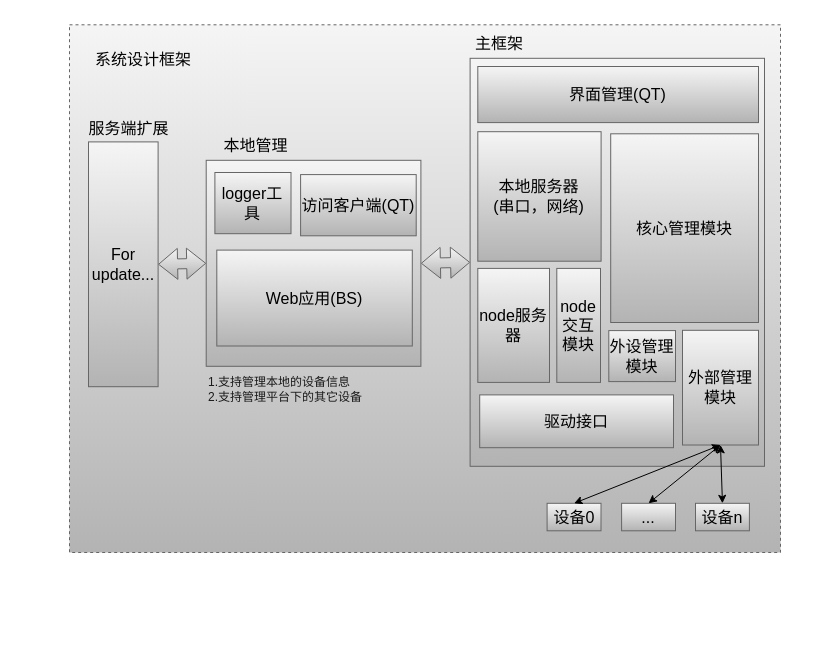
zc110747/remote_manage keeps this draw.io diagram as page "主框架" (1 of 3) of document/Firmware.drawio. Above is the earlier version. Source tidied: cells renumbered, new cells numbered last; positions are measured from the earlier drawing's top-left corner, leaving out a move shared by most shapes. Both pictures are drawn from the tidied source at 100%, with x=0, y=0 at pixel (17, 17).
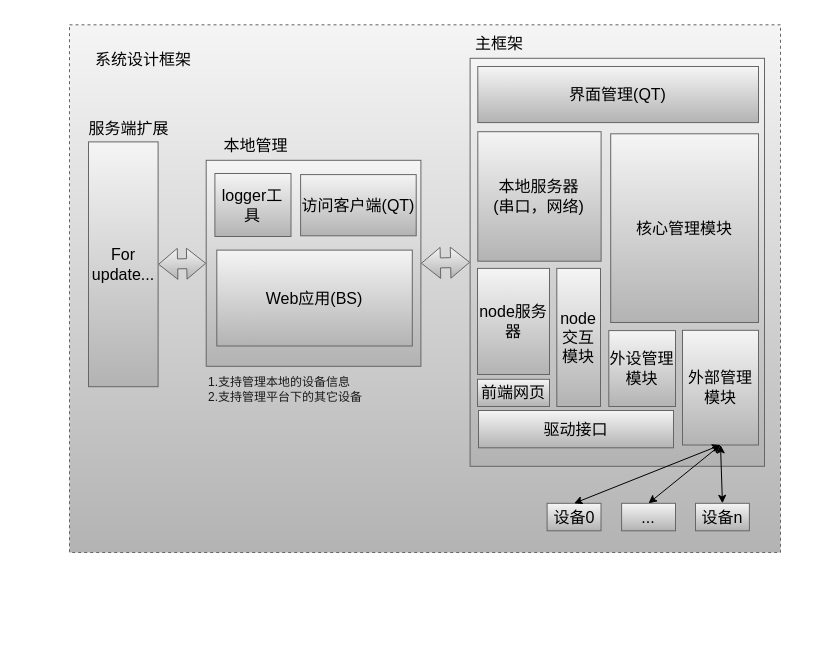
The same diagram, later.

The change refers to these unchanged cells:
```xml
<mxCell id="2" style="group;" parent="1" vertex="1">
  <mxGeometry width="795" height="612" as="geometry" />
</mxCell>
```

Change to the diagram source:
```diff
@@
     <mxCell id="11" value="驱动接口" style="rounded=0;whiteSpace=wrap;html=1;fontSize=16;fillColor=#f5f5f5;gradientColor=#b3b3b3;strokeColor=#666666;fontColor=#000000;" parent="2" vertex="1">
-      <mxGeometry x="462.2" y="377.4" width="193.8" height="52.8" as="geometry" />
+      <mxGeometry x="461" y="393" width="195" height="37.3" as="geometry" />
     </mxCell>
@@
     <mxCell id="19" value="logger工具" style="rounded=0;whiteSpace=wrap;html=1;fontSize=16;fillColor=#f5f5f5;gradientColor=#b3b3b3;strokeColor=#666666;fontColor=#000000;" parent="2" vertex="1">
-      <mxGeometry x="197.4" y="155" width="76.1" height="61.2" as="geometry" />
+      <mxGeometry x="197.4" y="156" width="76.1" height="63" as="geometry" />
     </mxCell>
@@
     <mxCell id="26" value="node服务器" style="rounded=0;whiteSpace=wrap;html=1;fontSize=16;fillColor=#f5f5f5;gradientColor=#b3b3b3;strokeColor=#666666;fontColor=#000000;" parent="2" vertex="1">
-      <mxGeometry x="460.3" y="250.9" width="71.7" height="114" as="geometry" />
+      <mxGeometry x="460" y="250.9" width="72" height="106.1" as="geometry" />
     </mxCell>
@@
     <mxCell id="28" value="外设管理模块" style="rounded=0;whiteSpace=wrap;html=1;fontSize=16;fillColor=#f5f5f5;gradientColor=#b3b3b3;strokeColor=#666666;fontColor=#000000;" parent="2" vertex="1">
-      <mxGeometry x="591.3" y="313.1" width="66.7" height="51" as="geometry" />
+      <mxGeometry x="591.3" y="313.1" width="66.7" height="75.9" as="geometry" />
     </mxCell>
@@
     <mxCell id="30" value="node交互模块" style="rounded=0;whiteSpace=wrap;html=1;fontSize=16;fillColor=#f5f5f5;gradientColor=#b3b3b3;strokeColor=#666666;fontColor=#000000;" parent="2" vertex="1">
-      <mxGeometry x="539.3" y="250.9" width="43.7" height="114" as="geometry" />
+      <mxGeometry x="539.3" y="250.9" width="43.7" height="138.1" as="geometry" />
     </mxCell>
+    <mxCell id="31" value="前端网页" style="rounded=0;whiteSpace=wrap;html=1;fontSize=16;fillColor=#f5f5f5;gradientColor=#b3b3b3;strokeColor=#666666;fontColor=#000000;" parent="2" vertex="1">
+      <mxGeometry x="460" y="361.8" width="72" height="27.2" as="geometry" />
+    </mxCell>
```
